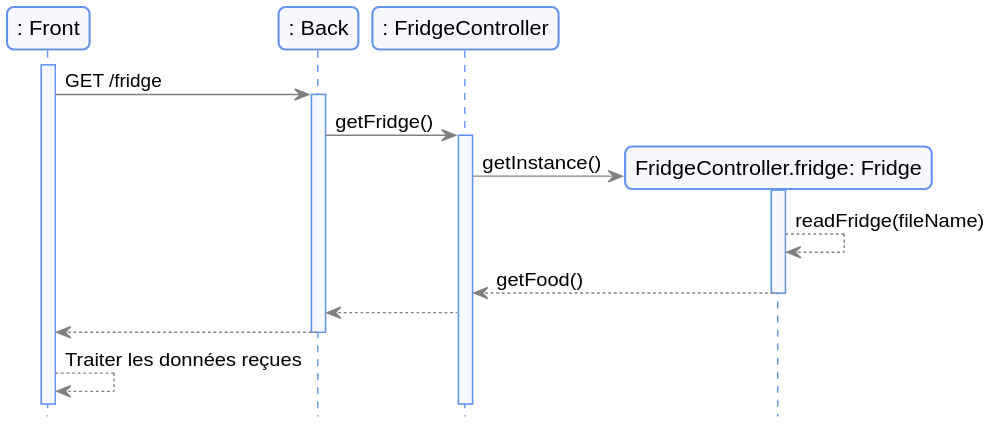
romainvacheret/wadge-backend keeps this PlantUML diagram as docs/diagram/out/getFridge.svg. Above is the earlier version.
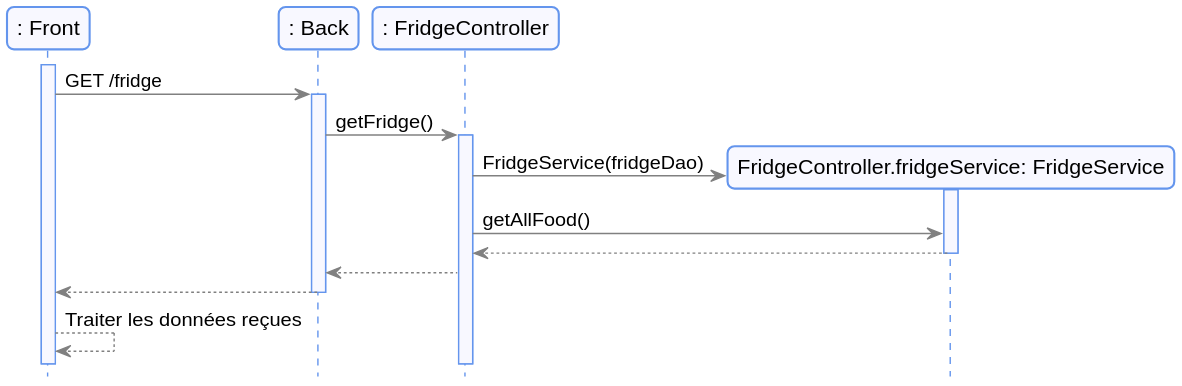
After the change.

Diff of the diagram source:
```diff
@@ -10,11 +10,11 @@
     activate bk
     bk -> fc: getFridge()
     activate fc
-    create "FridgeController.fridge: Fridge" as f
-    fc -> f: getInstance()
+    create "FridgeController.fridgeService: FridgeService" as f
+    fc -> f: FridgeService(fridgeDao)
     activate f
-    f --> f: readFridge(fileName)
-    f --> fc: getFood()
+    fc -> f: getAllFood()
+    f --> fc
     deactivate f
     fc --> bk
     bk --> ft
```
